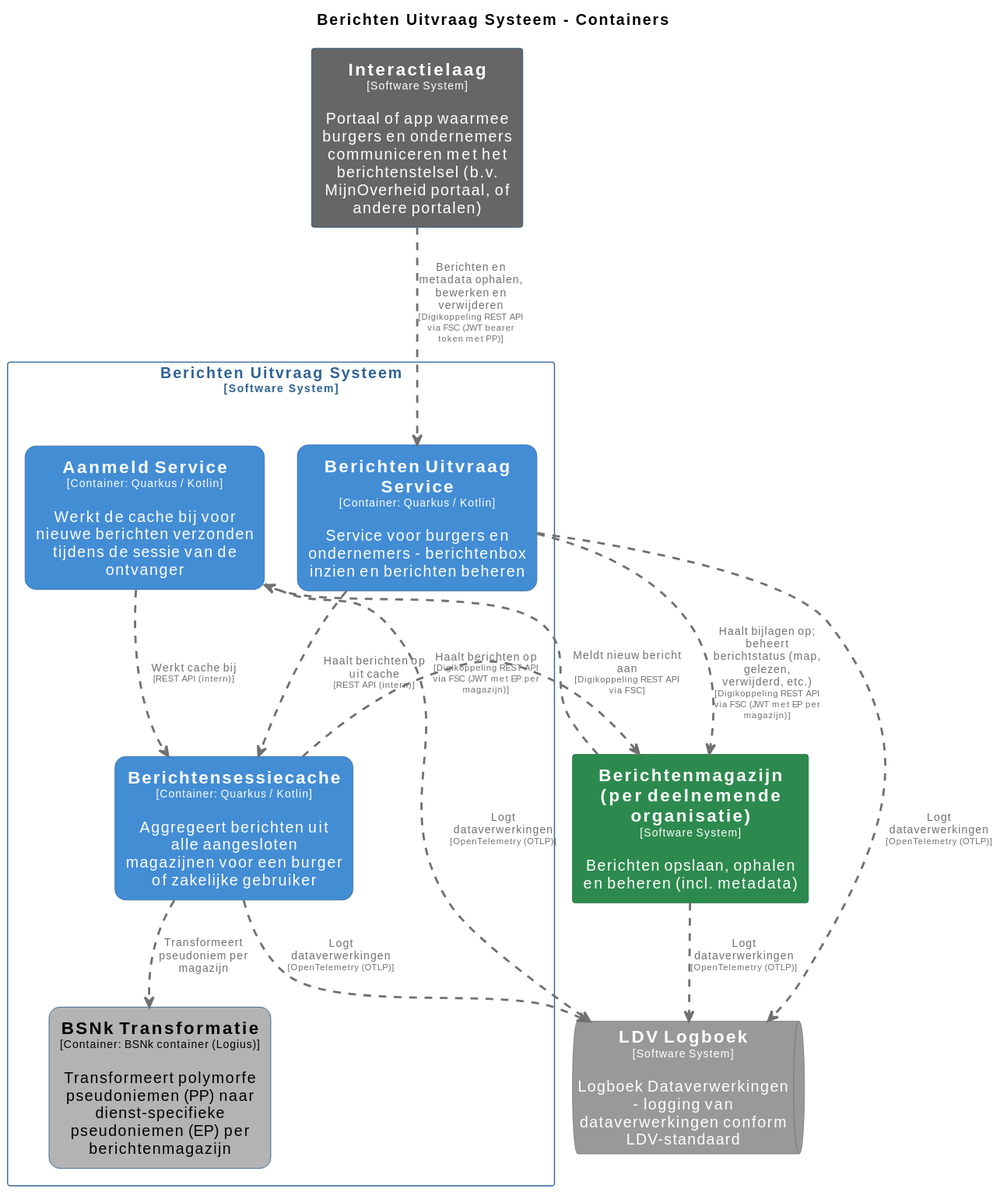
This is pr-preview/pr-22/master/svg/BerichtenUitvraagSysteemContainers.svg from MinBZK/moza-poc-fbs-berichtenbox, a PlantUML export, as it was before one commit. Its source is kept beside it as pr-preview/pr-22/master/puml/BerichtenUitvraagSysteemContainers.puml.
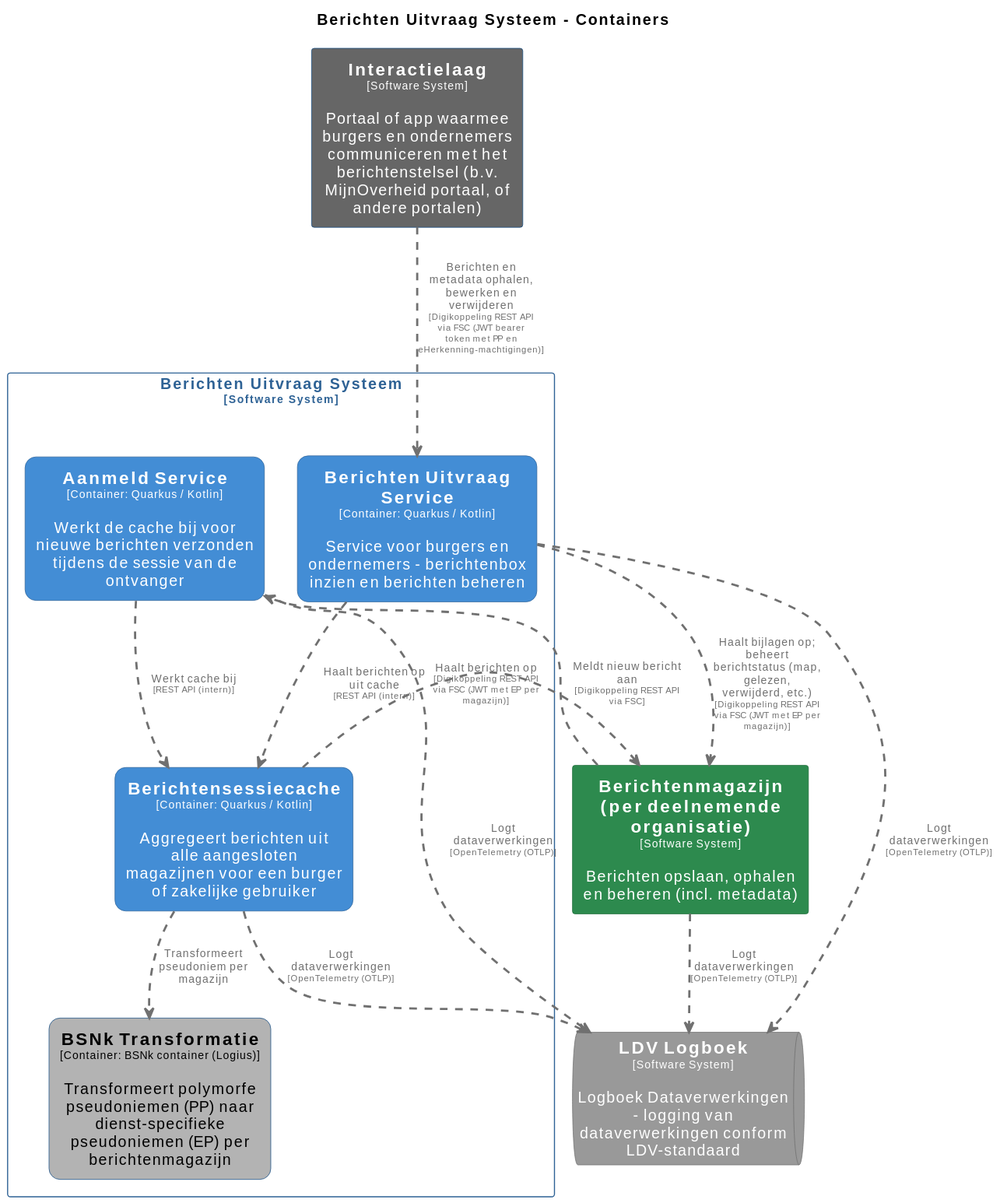
After the change.

Change to the diagram source:
```diff
@@ -86,7 +86,7 @@
 BerichtenUitvraagSysteem.Berichtensessiecache .[#707070,thickness=2].> BerichtenUitvraagSysteem.BSNkTransformatie : "<color:#707070>Transformeert pseudoniem per magazijn"
 BerichtenUitvraagSysteem.AanmeldService .[#707070,thickness=2].> BerichtenUitvraagSysteem.Berichtensessiecache : "<color:#707070>Werkt cache bij\n<color:#707070><size:8>[REST API (intern)]</size>"
 BerichtenUitvraagSysteem.BerichtenUitvraagService .[#707070,thickness=2].> BerichtenUitvraagSysteem.Berichtensessiecache : "<color:#707070>Haalt berichten op uit cache\n<color:#707070><size:8>[REST API (intern)]</size>"
-Interactielaag .[#707070,thickness=2].> BerichtenUitvraagSysteem.BerichtenUitvraagService : "<color:#707070>Berichten en metadata ophalen, bewerken en verwijderen\n<color:#707070><size:8>[Digikoppeling REST API via FSC (JWT bearer token met PP)]</size>"
+Interactielaag .[#707070,thickness=2].> BerichtenUitvraagSysteem.BerichtenUitvraagService : "<color:#707070>Berichten en metadata ophalen, bewerken en verwijderen\n<color:#707070><size:8>[Digikoppeling REST API via FSC (JWT bearer token met PP en eHerkenning-machtigingen)]</size>"
 BerichtenUitvraagSysteem.BerichtenUitvraagService .[#707070,thickness=2].> Berichtenmagazijnperdeelnemendeorganisatie : "<color:#707070>Haalt bijlagen op; beheert berichtstatus (map, gelezen, verwijderd, etc.)\n<color:#707070><size:8>[Digikoppeling REST API via FSC (JWT met EP per magazijn)]</size>"
 Berichtenmagazijnperdeelnemendeorganisatie .[#707070,thickness=2].> BerichtenUitvraagSysteem.AanmeldService : "<color:#707070>Meldt nieuw bericht aan\n<color:#707070><size:8>[Digikoppeling REST API via FSC]</size>"
 @enduml
```
